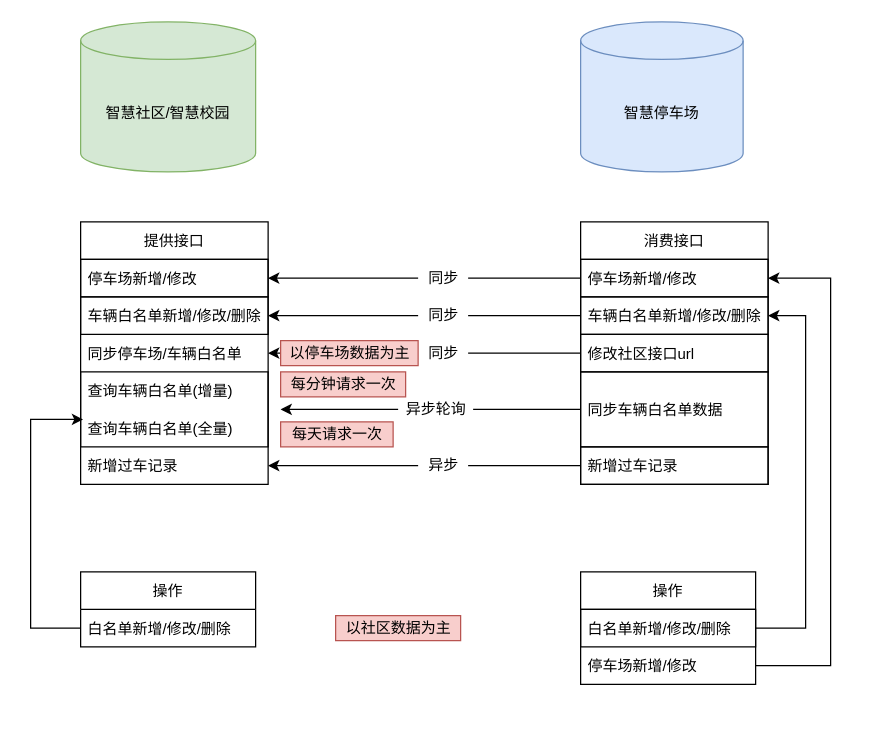
Earlier version of the draw.io diagram 社区-停车场数据交互.drawio (1119193481/draw). Source tidied: cells renumbered, new cells numbered last; positions are measured from the earlier drawing's top-left corner, leaving out a move shared by most shapes. Both pictures are drawn from the tidied source at 125%, with x=0, y=0 at pixel (30, 21).
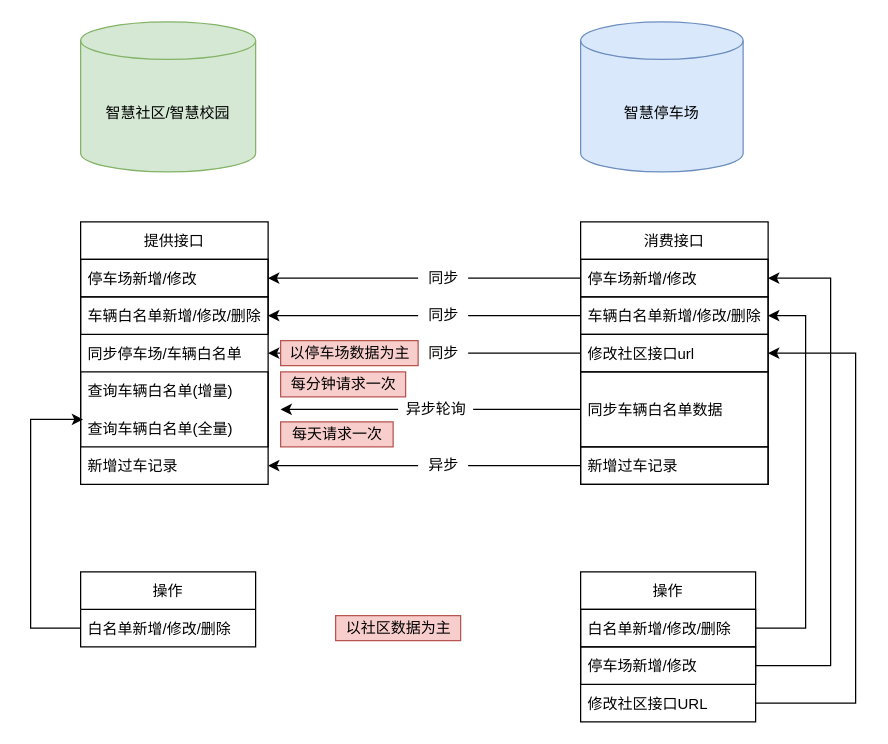
The same diagram, later.

Commit message:
更新社区-停车场数据交互.drawio

Unchanged cells that the change refers to:
```xml
<mxCell id="15" value="修改社区接口url" style="text;strokeColor=default;fillColor=none;align=left;verticalAlign=middle;spacingLeft=4;spacingRight=4;overflow=hidden;points=[[0,0.5],[1,0.5]];portConstraint=eastwest;labelBackgroundColor=none;" parent="12" vertex="1">
  <mxGeometry y="90" width="150" height="30" as="geometry" />
</mxCell>
```

What changed in the source:
```diff
@@
     <mxCell id="40" value="操作" style="swimlane;fontStyle=0;horizontal=1;startSize=30;labelBackgroundColor=none;fontColor=#000000;strokeColor=default;" parent="1" vertex="1">
-      <mxGeometry x="440" y="440" width="140" height="90" as="geometry" />
+      <mxGeometry x="440" y="440" width="140" height="120" as="geometry" />
     </mxCell>
@@
-    <mxCell id="42" value="停车场新增/修改" style="text;strokeColor=none;fillColor=none;align=left;verticalAlign=middle;spacingLeft=4;spacingRight=4;overflow=hidden;points=[[0,0.5],[1,0.5]];portConstraint=eastwest;labelBackgroundColor=none;fontColor=#000000;" parent="40" vertex="1">
+    <mxCell id="42" value="停车场新增/修改" style="text;strokeColor=default;fillColor=none;align=left;verticalAlign=middle;spacingLeft=4;spacingRight=4;overflow=hidden;points=[[0,0.5],[1,0.5]];portConstraint=eastwest;labelBackgroundColor=none;fontColor=#000000;" parent="40" vertex="1">
       <mxGeometry y="60" width="140" height="30" as="geometry" />
     </mxCell>
+    <mxCell id="46" value="修改社区接口URL" style="text;strokeColor=none;fillColor=none;align=left;verticalAlign=middle;spacingLeft=4;spacingRight=4;overflow=hidden;points=[[0,0.5],[1,0.5]];portConstraint=eastwest;labelBackgroundColor=none;fontColor=#000000;" parent="40" vertex="1">
+      <mxGeometry y="90" width="140" height="30" as="geometry" />
+    </mxCell>
@@
+    <mxCell id="47" style="edgeStyle=orthogonalEdgeStyle;rounded=0;jettySize=auto;html=1;exitX=1;exitY=0.5;exitDx=0;exitDy=0;entryX=1;entryY=0.5;entryDx=0;entryDy=0;" parent="1" edge="1" source="46" target="15">
+      <mxGeometry relative="1" as="geometry">
+        <Array as="points">
+          <mxPoint x="660" y="545" />
+          <mxPoint x="660" y="265" />
+        </Array>
+      </mxGeometry>
+    </mxCell>
```
